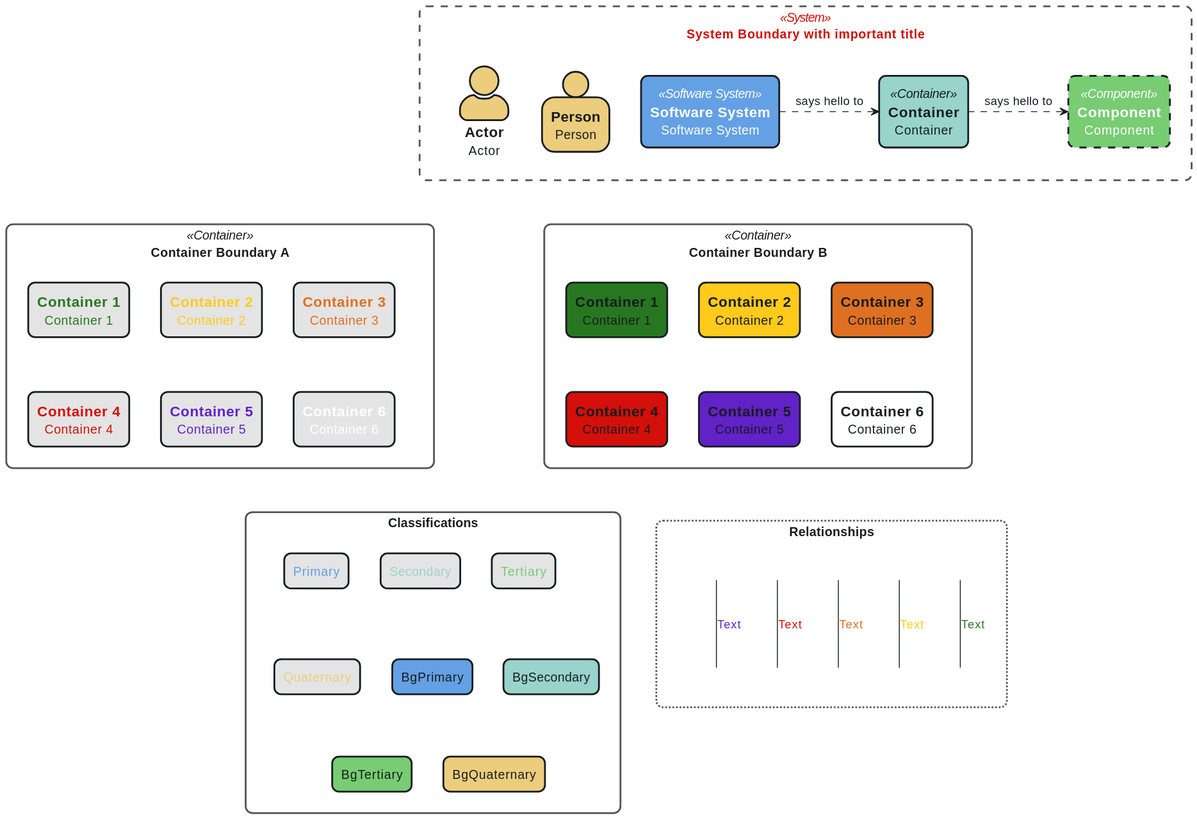
chden/puml-themes keeps this PlantUML diagram as examples/retro-coast-stereotypes.svg. Above is the earlier version. Its diagram source:
```plantuml
@startuml
!theme retro-coast from ../themes/retro-coast

hide <<Person>> stereotype
hide <<External Person>> stereotype


package Classifications {
  component Primary <<primary>>
  component Secondary <<secondary>>
  component Tertiary <<tertiary>>
  component Quaternary <<quaternary>>
  component BgPrimary <<bgprimary>>
  component BgSecondary <<bgsecondary>>
  component BgTertiary <<bgtertiary>>
  component BgQuaternary <<bgquaternary>>
}

package "System Boundary with important title" as SystemBoundary <<red>> <<dashed>> <<System>> {

  person Person <<Person>> [
    == Person
    Person
  ]

  actor Actor <<Person>> [
    == Actor
    Actor
  ]

  component SoftwareSystem <<white>> <<Software System>> [
    == Software System
    Software System
  ]

  component Container <<Container>> [
    == Container
    Container
  ]

  component Component <<white>> <<dashed>> <<Component>> [
    == Component
    Component
  ]
}

package "Container Boundary A" <<Container>> {
  component ContainerA1 <<green>> [
    == Container 1
    Container 1
  ]

  component ContainerA2 <<yellow>> [
    == Container 2
    Container 2
  ]

  component ContainerA3 <<orange>> [
    == Container 3
    Container 3
  ]

  component ContainerA4 <<red>> [
    == Container 4
    Container 4
  ]

  component ContainerA5 <<violet>> [
    == Container 5
    Container 5
  ]

  component ContainerA6 <<white>> [
    == Container 6
    Container 6
  ]
}

package "Container Boundary B" <<Container>> {
  component ContainerB1 <<bggreen>> [
    == Container 1
    Container 1
  ]

  component ContainerB2 <<bgyellow>> [
    == Container 2
    Container 2
  ]

  component ContainerB3 <<bgorange>>[
    == Container 3
    Container 3
  ]

  component ContainerB4 <<bgred>> [
    == Container 4
    Container 4
  ]

  component ContainerB5 <<bgviolet>> [
    == Container 5
    Container 5
  ]

  component ContainerB6 <<bgwhite>> [
    == Container 6
    Container 6
  ]
}

package Relationships <<dotted>> {
  label " " as A
  label " " as B
  label " " as C
  label " " as D
  label " " as E
  label " " as F
  label " " as G
  label " " as H
  label " " as I
  label " " as J
}

A -d- B <<green>> : Text
C -d- D <<yellow>> : Text
E -d- F <<orange>> : Text
G -d- H <<red>> : Text
I -d- J <<violet>> : Text


SoftwareSystem .r.> Container <<highlight>> : says hello to
Container .r.> Component: says hello to


SystemBoundary -d[hidden]- [Container Boundary A]
[Container Boundary A] -r[hidden]- [Container Boundary B]
[Container Boundary A] -d[hidden]-- Classifications
[Container Boundary B] -d[hidden]-- Classifications
[Container Boundary B] -d[hidden]-- Relationships
Classifications -r[hidden]- Relationships
@enduml
```
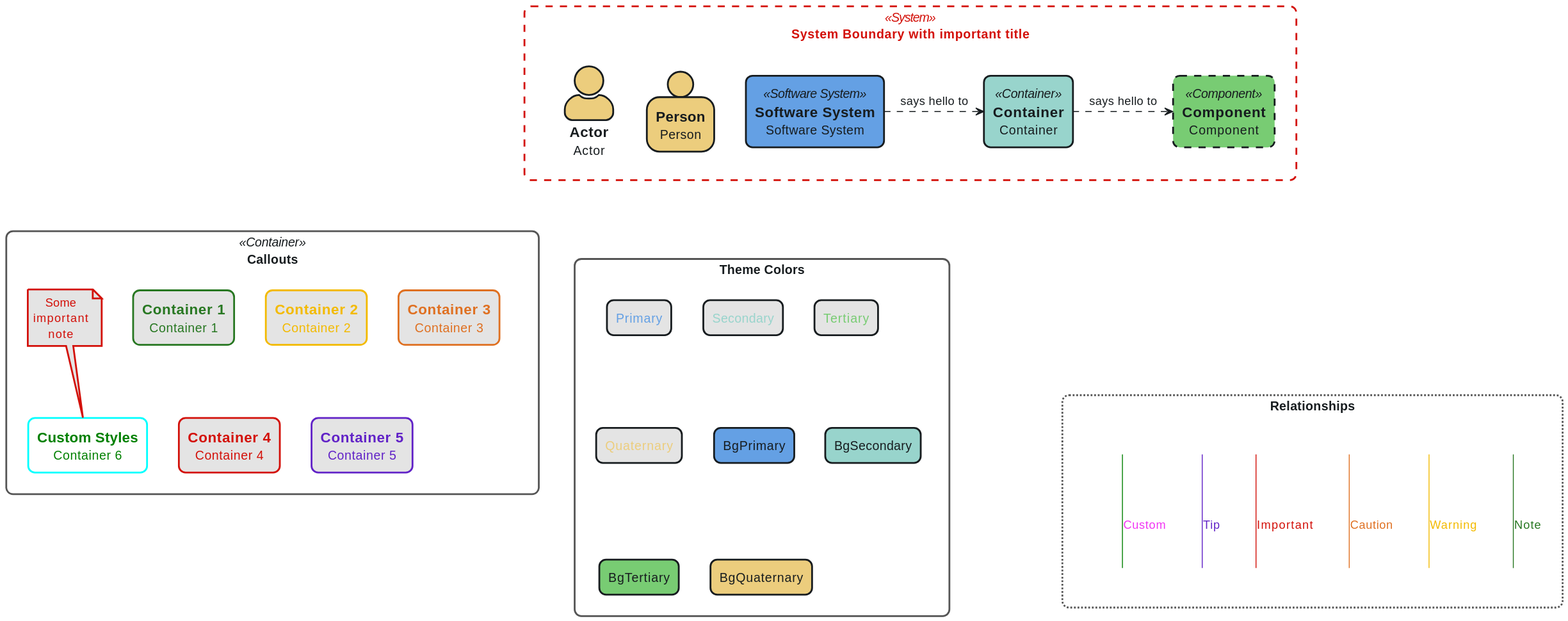
Above is the later version.

The edit, as a diff of the source:
```diff
@@ -5,18 +5,7 @@
 hide <<External Person>> stereotype
 
 
-package Classifications {
-  component Primary <<primary>>
-  component Secondary <<secondary>>
-  component Tertiary <<tertiary>>
-  component Quaternary <<quaternary>>
-  component BgPrimary <<bgprimary>>
-  component BgSecondary <<bgsecondary>>
-  component BgTertiary <<bgtertiary>>
-  component BgQuaternary <<bgquaternary>>
-}
-
-package "System Boundary with important title" as SystemBoundary <<red>> <<dashed>> <<System>> {
+package "System Boundary with important title" as SystemBoundary <<important>> <<dashed>> <<System>> {
 
   person Person <<Person>> [
     == Person
@@ -28,7 +17,7 @@
     Actor
   ]
 
-  component SoftwareSystem <<white>> <<Software System>> [
+  component SoftwareSystem <<Software System>> [
     == Software System
     Software System
   ]
@@ -38,74 +27,60 @@
     Container
   ]
 
-  component Component <<white>> <<dashed>> <<Component>> [
+  component Component <<dashed>> <<Component>> [
     == Component
     Component
   ]
 }
 
-package "Container Boundary A" <<Container>> {
-  component ContainerA1 <<green>> [
-    == Container 1
-    Container 1
-  ]
+together {
+  package "Theme Colors" {
+    component Primary <<primary>>
+    component Secondary <<secondary>>
+    component Tertiary <<tertiary>>
+    component Quaternary <<quaternary>>
+    component BgPrimary <<bgprimary>>
+    component BgSecondary <<bgsecondary>>
+    component BgTertiary <<bgtertiary>>
+    component BgQuaternary <<bgquaternary>>
+  }
 
-  component ContainerA2 <<yellow>> [
-    == Container 2
-    Container 2
-  ]
+  package Callouts <<Container>> {
+    component Container1 <<note>> [
+      == Container 1
+      Container 1
+    ]
 
-  component ContainerA3 <<orange>> [
-    == Container 3
-    Container 3
-  ]
+    component Container2 <<warning>> [
+      == Container 2
+      Container 2
+    ]
 
-  component ContainerA4 <<red>> [
-    == Container 4
-    Container 4
-  ]
+    component Container3 <<caution>> [
+      == Container 3
+      Container 3
+    ]
 
-  component ContainerA5 <<violet>> [
-    == Container 5
-    Container 5
-  ]
+    component Container4 <<important>> [
+      == Container 4
+      Container 4
+    ]
 
-  component ContainerA6 <<white>> [
-    == Container 6
-    Container 6
-  ]
-}
+    component Container5 <<tip>> [
+      == Container 5
+      Container 5
+    ]
 
-package "Container Boundary B" <<Container>> {
-  component ContainerB1 <<bggreen>> [
-    == Container 1
-    Container 1
-  ]
-
-  component ContainerB2 <<bgyellow>> [
-    == Container 2
-    Container 2
-  ]
-
-  component ContainerB3 <<bgorange>>[
-    == Container 3
-    Container 3
-  ]
-
-  component ContainerB4 <<bgred>> [
-    == Container 4
-    Container 4
-  ]
-
-  component ContainerB5 <<bgviolet>> [
-    == Container 5
-    Container 5
-  ]
-
-  component ContainerB6 <<bgwhite>> [
-    == Container 6
-    Container 6
-  ]
+    component Container6 #back:white;line:00FFFF;text:green [
+      == Custom Styles
+      Container 6
+    ]
+    note top <<important>> {
+      Some
+      important
+      note
+    }
+  }
 }
 
 package Relationships <<dotted>> {
@@ -119,23 +94,26 @@
   label " " as H
   label " " as I
   label " " as J
+  label " " as K
+  label " " as L
 }
 
-A -d- B <<green>> : Text
-C -d- D <<yellow>> : Text
-E -d- F <<orange>> : Text
-G -d- H <<red>> : Text
-I -d- J <<violet>> : Text
+A -d- B <<note>> : Note
+C -d- D <<warning>> : Warning
+E -d- F <<caution>> : Caution
+G -d- H <<important>> : Important
+I -d- J <<tip>> : Tip
+K -d- L #line:green;text:f134f3 : Custom
 
 
 SoftwareSystem .r.> Container <<highlight>> : says hello to
 Container .r.> Component: says hello to
 
 
-SystemBoundary -d[hidden]- [Container Boundary A]
-[Container Boundary A] -r[hidden]- [Container Boundary B]
-[Container Boundary A] -d[hidden]-- Classifications
-[Container Boundary B] -d[hidden]-- Classifications
-[Container Boundary B] -d[hidden]-- Relationships
-Classifications -r[hidden]- Relationships
+SystemBoundary -d[hidden]- Callouts
+Callouts -d[hidden]- Relationships
+[Theme Colors] -d[hidden]- Relationships
+[Theme Colors] -d[hidden]- Relationships
+[Theme Colors] -d[hidden]- Relationships
+[Theme Colors] -d[hidden]- Relationships
 @enduml
```
